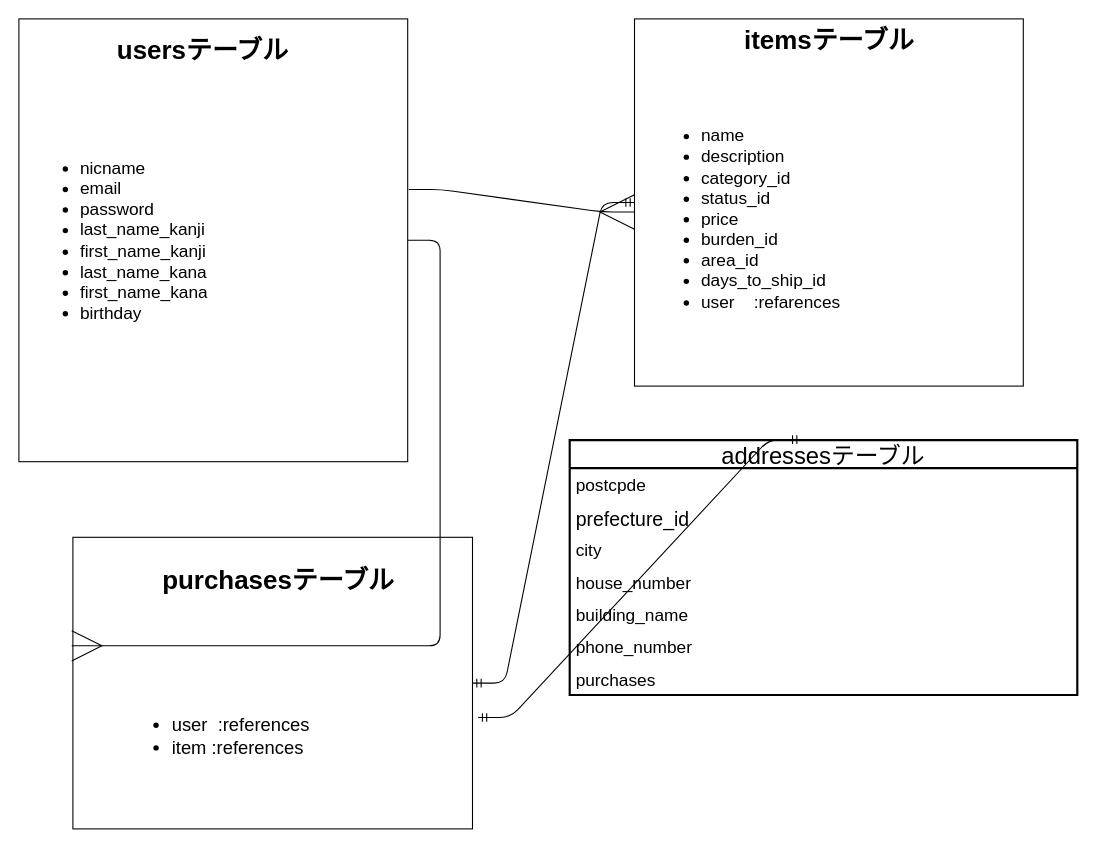
Before: furima-30615.dio in k-suke555/furima-30615, a draw.io diagram. Source tidied: cells renumbered, new cells numbered last; positions are measured from the earlier drawing's top-left corner, leaving out a move shared by most shapes. Both pictures are drawn from the tidied source at 108%, with x=0, y=0 at pixel (18, 18).
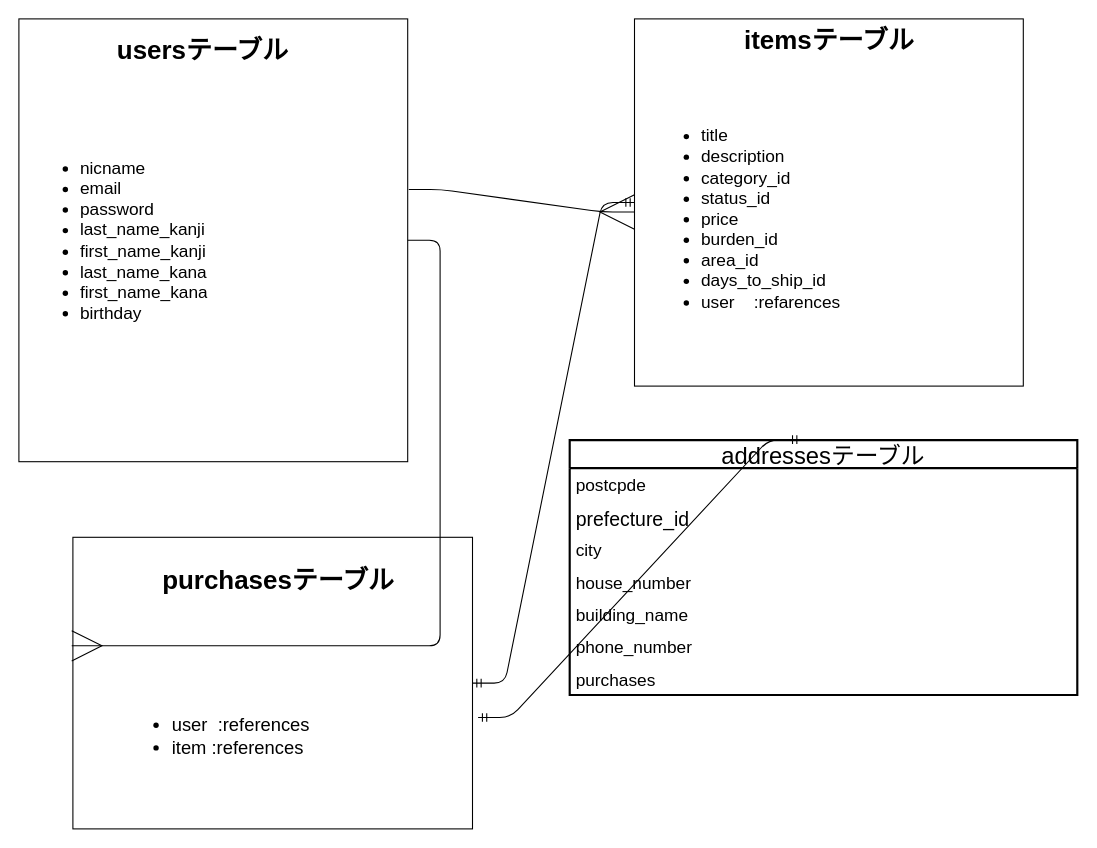
The same diagram, later.

The edit, as a diff of the source:
```diff
@@
-    <mxCell id="7" value="&lt;ul style=&quot;font-size: 16px&quot;&gt;&lt;li&gt;name&lt;/li&gt;&lt;li&gt;description&lt;/li&gt;&lt;li&gt;category_id&lt;/li&gt;&lt;li&gt;status_id&lt;/li&gt;&lt;li&gt;price&lt;/li&gt;&lt;li&gt;burden_id&lt;/li&gt;&lt;li&gt;area_id&lt;/li&gt;&lt;li&gt;days_to_ship_id&lt;/li&gt;&lt;li&gt;user&amp;nbsp; &amp;nbsp; :refarences&amp;nbsp;&amp;nbsp;&lt;/li&gt;&lt;/ul&gt;" style="text;strokeColor=none;fillColor=none;html=1;whiteSpace=wrap;verticalAlign=middle;overflow=hidden;rounded=0;sketch=0;" parent="1" vertex="1">
+    <mxCell id="7" value="&lt;ul style=&quot;font-size: 16px&quot;&gt;&lt;li&gt;title&lt;/li&gt;&lt;li&gt;description&lt;/li&gt;&lt;li&gt;category_id&lt;/li&gt;&lt;li&gt;status_id&lt;/li&gt;&lt;li&gt;price&lt;/li&gt;&lt;li&gt;burden_id&lt;/li&gt;&lt;li&gt;area_id&lt;/li&gt;&lt;li&gt;days_to_ship_id&lt;/li&gt;&lt;li&gt;user&amp;nbsp; &amp;nbsp; :refarences&amp;nbsp;&amp;nbsp;&lt;/li&gt;&lt;/ul&gt;" style="text;strokeColor=none;fillColor=none;html=1;whiteSpace=wrap;verticalAlign=middle;overflow=hidden;rounded=0;sketch=0;" parent="1" vertex="1">
       <mxGeometry x="590" y="50" width="320" height="270" as="geometry" />
     </mxCell>
```
